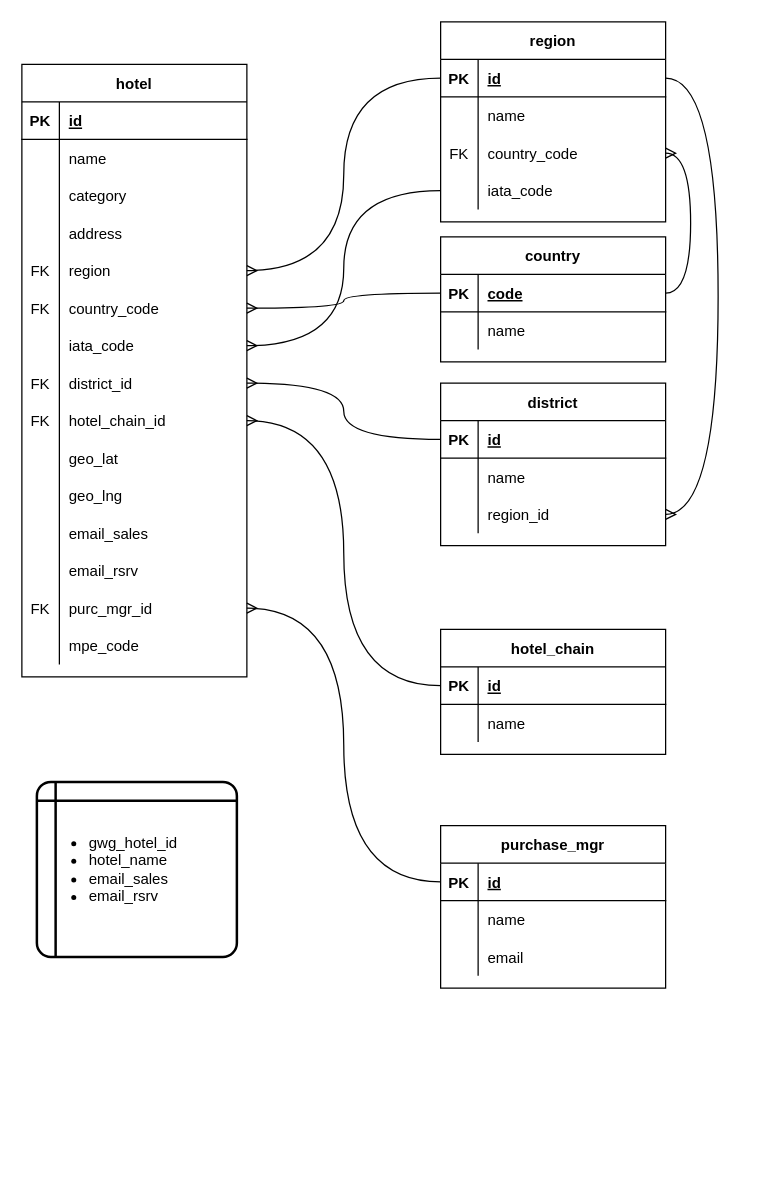
Earlier version of the draw.io diagram hotels_master_list.drawio (justivan/drawio-diagrams). Source tidied: cells renumbered, new cells numbered last; positions are measured from the earlier drawing's top-left corner, leaving out a move shared by most shapes. Both pictures are drawn from the tidied source at 125%, with x=0, y=0 at pixel (21, 21).
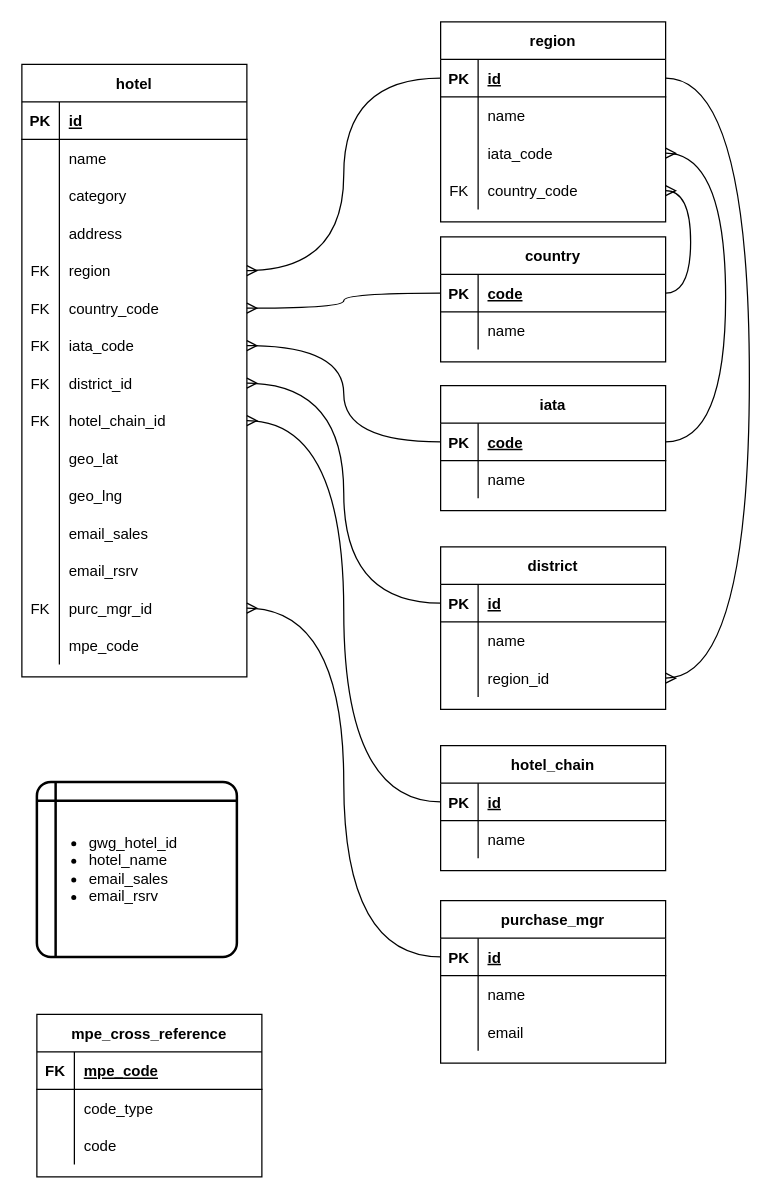
The same diagram, later.

The change refers to these unchanged cells:
```xml
<mxCell id="21" style="shape=tableRow;horizontal=0;startSize=0;swimlaneHead=0;swimlaneBody=0;fillColor=none;points=[[0,0.5],[1,0.5]];portConstraint=eastwest;top=0;left=0;right=0;bottom=0;" parent="2" vertex="1">
  <mxGeometry y="210" width="180" height="30" as="geometry" />
</mxCell>
<mxCell id="83" style="shape=tableRow;horizontal=0;startSize=0;swimlaneHead=0;swimlaneBody=0;fillColor=none;points=[[0,0.5],[1,0.5]];portConstraint=eastwest;top=0;left=0;right=0;bottom=0;" parent="76" vertex="1">
  <mxGeometry y="90" width="180" height="30" as="geometry" />
</mxCell>
<mxCell id="87" value="region" style="shape=table;startSize=30;childLayout=tableLayout;rowLines=0;fontStyle=1;align=center;" parent="1" vertex="1">
  <mxGeometry x="335" width="180" height="160" as="geometry" />
</mxCell>
<mxCell id="88" style="shape=tableRow;horizontal=0;startSize=0;swimlaneHead=0;swimlaneBody=0;fillColor=none;points=[[0,0.5],[1,0.5]];portConstraint=eastwest;top=0;left=0;right=0;bottom=1;" parent="87" vertex="1">
  <mxGeometry y="30" width="180" height="30" as="geometry" />
</mxCell>
```

Diff of the diagram source:
```diff
@@
-    <mxCell id="22" style="shape=partialRectangle;fillColor=none;top=0;left=0;bottom=0;right=0;overflow=hidden;" parent="21" vertex="1">
+    <mxCell id="22" value="FK" style="shape=partialRectangle;fillColor=none;top=0;left=0;bottom=0;right=0;overflow=hidden;" parent="21" vertex="1">
       <mxGeometry width="30" height="30" as="geometry" />
     </mxCell>
@@
     <mxCell id="57" value="purchase_mgr" style="shape=table;startSize=30;childLayout=tableLayout;rowLines=0;fontStyle=1;align=center;" parent="1" vertex="1">
-      <mxGeometry x="335" y="643" width="180" height="130" as="geometry" />
+      <mxGeometry x="335" y="703" width="180" height="130" as="geometry" />
     </mxCell>
@@
     <mxCell id="68" value="hotel_chain" style="shape=table;startSize=30;childLayout=tableLayout;rowLines=0;fontStyle=1;align=center;" parent="1" vertex="1">
-      <mxGeometry x="335" y="486" width="180" height="100" as="geometry" />
+      <mxGeometry x="335" y="579" width="180" height="100" as="geometry" />
     </mxCell>
@@
     <mxCell id="76" value="district" style="shape=table;startSize=30;childLayout=tableLayout;rowLines=0;fontStyle=1;align=center;" parent="1" vertex="1">
-      <mxGeometry x="335" y="289" width="180" height="130" as="geometry" />
+      <mxGeometry x="335" y="420" width="180" height="130" as="geometry" />
     </mxCell>
@@
+    <mxCell id="97" style="shape=tableRow;horizontal=0;startSize=0;swimlaneHead=0;swimlaneBody=0;fillColor=none;points=[[0,0.5],[1,0.5]];portConstraint=eastwest;top=0;left=0;right=0;bottom=0;" parent="87" vertex="1">
+      <mxGeometry y="90" width="180" height="30" as="geometry" />
+    </mxCell>
+    <mxCell id="98" style="shape=partialRectangle;fillColor=none;top=0;left=0;bottom=0;right=0;overflow=hidden;" parent="97" vertex="1">
+      <mxGeometry width="30" height="30" as="geometry" />
+    </mxCell>
+    <mxCell id="99" value="iata_code" style="shape=partialRectangle;fillColor=none;top=0;left=0;bottom=0;right=0;align=left;spacingLeft=6;overflow=hidden;" parent="97" vertex="1">
+      <mxGeometry x="30" width="150" height="30" as="geometry" />
+    </mxCell>
     <mxCell id="94" style="shape=tableRow;horizontal=0;startSize=0;swimlaneHead=0;swimlaneBody=0;fillColor=none;points=[[0,0.5],[1,0.5]];portConstraint=eastwest;top=0;left=0;right=0;bottom=0;" parent="87" vertex="1">
-      <mxGeometry y="90" width="180" height="30" as="geometry" />
+      <mxGeometry y="120" width="180" height="30" as="geometry" />
     </mxCell>
@@
-    <mxCell id="97" style="shape=tableRow;horizontal=0;startSize=0;swimlaneHead=0;swimlaneBody=0;fillColor=none;points=[[0,0.5],[1,0.5]];portConstraint=eastwest;top=0;left=0;right=0;bottom=0;" parent="87" vertex="1">
-      <mxGeometry y="120" width="180" height="30" as="geometry" />
-    </mxCell>
-    <mxCell id="98" style="shape=partialRectangle;fillColor=none;top=0;left=0;bottom=0;right=0;overflow=hidden;" parent="97" vertex="1">
-      <mxGeometry width="30" height="30" as="geometry" />
-    </mxCell>
-    <mxCell id="99" value="iata_code" style="shape=partialRectangle;fillColor=none;top=0;left=0;bottom=0;right=0;align=left;spacingLeft=6;overflow=hidden;" parent="97" vertex="1">
-      <mxGeometry x="30" width="150" height="30" as="geometry" />
-    </mxCell>
@@
     <mxCell id="103" style="edgeStyle=orthogonalEdgeStyle;curved=1;rounded=0;jettySize=auto;html=1;exitX=1;exitY=0.5;exitDx=0;exitDy=0;entryX=1;entryY=0.5;entryDx=0;entryDy=0;endArrow=ERmany;endFill=0;elbow=vertical;" parent="1" edge="1" source="88" target="83">
       <mxGeometry relative="1" as="geometry">
         <Array as="points">
-          <mxPoint x="557" y="45" />
-          <mxPoint x="557" y="394" />
+          <mxPoint x="582" y="45" />
+          <mxPoint x="582" y="525" />
         </Array>
       </mxGeometry>
     </mxCell>
-    <mxCell id="104" style="edgeStyle=orthogonalEdgeStyle;curved=1;rounded=0;jettySize=auto;html=1;exitX=0;exitY=0.5;exitDx=0;exitDy=0;entryX=1;entryY=0.5;entryDx=0;entryDy=0;endArrow=ERmany;endFill=0;elbow=vertical;" parent="1" edge="1" source="97" target="21">
+    <mxCell id="104" style="edgeStyle=orthogonalEdgeStyle;curved=1;rounded=0;jettySize=auto;html=1;exitX=0;exitY=0.5;exitDx=0;exitDy=0;entryX=1;entryY=0.5;entryDx=0;entryDy=0;endArrow=ERmany;endFill=0;elbow=vertical;" parent="1" edge="1" source="106" target="21">
       <mxGeometry relative="1" as="geometry" />
     </mxCell>
+    <mxCell id="105" value="iata" style="shape=table;startSize=30;childLayout=tableLayout;rowLines=0;fontStyle=1;align=center;" parent="1" vertex="1">
+      <mxGeometry x="335" y="291" width="180" height="100" as="geometry" />
+    </mxCell>
+    <mxCell id="106" style="shape=tableRow;horizontal=0;startSize=0;swimlaneHead=0;swimlaneBody=0;fillColor=none;points=[[0,0.5],[1,0.5]];portConstraint=eastwest;top=0;left=0;right=0;bottom=1;" parent="105" vertex="1">
+      <mxGeometry y="30" width="180" height="30" as="geometry" />
+    </mxCell>
+    <mxCell id="107" value="PK" style="shape=partialRectangle;fillColor=none;top=0;left=0;bottom=0;right=0;fontStyle=1;overflow=hidden;" parent="106" vertex="1">
+      <mxGeometry width="30" height="30" as="geometry" />
+    </mxCell>
+    <mxCell id="108" value="code" style="shape=partialRectangle;fillColor=none;top=0;left=0;bottom=0;right=0;align=left;spacingLeft=6;fontStyle=5;overflow=hidden;" parent="106" vertex="1">
+      <mxGeometry x="30" width="150" height="30" as="geometry" />
+    </mxCell>
+    <mxCell id="109" style="shape=tableRow;horizontal=0;startSize=0;swimlaneHead=0;swimlaneBody=0;fillColor=none;top=0;left=0;right=0;bottom=0;" parent="105" vertex="1">
+      <mxGeometry y="60" width="180" height="30" as="geometry" />
+    </mxCell>
+    <mxCell id="110" style="shape=partialRectangle;fillColor=none;top=0;left=0;bottom=0;right=0;overflow=hidden;" parent="109" vertex="1">
+      <mxGeometry width="30" height="30" as="geometry" />
+    </mxCell>
+    <mxCell id="111" value="name" style="shape=partialRectangle;fillColor=none;top=0;left=0;bottom=0;right=0;align=left;spacingLeft=6;overflow=hidden;" parent="109" vertex="1">
+      <mxGeometry x="30" width="150" height="30" as="geometry" />
+    </mxCell>
+    <mxCell id="112" style="edgeStyle=orthogonalEdgeStyle;rounded=0;jettySize=auto;html=1;exitX=1;exitY=0.5;exitDx=0;exitDy=0;entryX=1;entryY=0.5;entryDx=0;entryDy=0;endArrow=ERmany;endFill=0;curved=1;" parent="1" edge="1" source="106" target="97">
+      <mxGeometry relative="1" as="geometry">
+        <Array as="points">
+          <mxPoint x="563" y="336" />
+          <mxPoint x="563" y="105" />
+        </Array>
+      </mxGeometry>
+    </mxCell>
+    <mxCell id="113" value="mpe_cross_reference" style="shape=table;startSize=30;childLayout=tableLayout;rowLines=0;fontStyle=1;align=center;" parent="1" vertex="1">
+      <mxGeometry x="12" y="794" width="180" height="130" as="geometry" />
+    </mxCell>
+    <mxCell id="114" style="shape=tableRow;horizontal=0;startSize=0;swimlaneHead=0;swimlaneBody=0;fillColor=none;top=0;left=0;right=0;bottom=1;" parent="113" vertex="1">
+      <mxGeometry y="30" width="180" height="30" as="geometry" />
+    </mxCell>
+    <mxCell id="115" value="FK" style="shape=partialRectangle;fillColor=none;top=0;left=0;bottom=0;right=0;fontStyle=1;overflow=hidden;" parent="114" vertex="1">
+      <mxGeometry width="30" height="30" as="geometry" />
+    </mxCell>
+    <mxCell id="116" value="mpe_code" style="shape=partialRectangle;fillColor=none;top=0;left=0;bottom=0;right=0;align=left;spacingLeft=6;fontStyle=5;overflow=hidden;" parent="114" vertex="1">
+      <mxGeometry x="30" width="150" height="30" as="geometry" />
+    </mxCell>
+    <mxCell id="117" style="shape=tableRow;horizontal=0;startSize=0;swimlaneHead=0;swimlaneBody=0;fillColor=none;top=0;left=0;right=0;bottom=0;" parent="113" vertex="1">
+      <mxGeometry y="60" width="180" height="30" as="geometry" />
+    </mxCell>
+    <mxCell id="118" style="shape=partialRectangle;fillColor=none;top=0;left=0;bottom=0;right=0;overflow=hidden;" parent="117" vertex="1">
+      <mxGeometry width="30" height="30" as="geometry" />
+    </mxCell>
+    <mxCell id="119" value="code_type" style="shape=partialRectangle;fillColor=none;top=0;left=0;bottom=0;right=0;align=left;spacingLeft=6;overflow=hidden;" parent="117" vertex="1">
+      <mxGeometry x="30" width="150" height="30" as="geometry" />
+    </mxCell>
+    <mxCell id="120" style="shape=tableRow;horizontal=0;startSize=0;swimlaneHead=0;swimlaneBody=0;fillColor=none;top=0;left=0;right=0;bottom=0;" parent="113" vertex="1">
+      <mxGeometry y="90" width="180" height="30" as="geometry" />
+    </mxCell>
+    <mxCell id="121" style="shape=partialRectangle;fillColor=none;top=0;left=0;bottom=0;right=0;overflow=hidden;" parent="120" vertex="1">
+      <mxGeometry width="30" height="30" as="geometry" />
+    </mxCell>
+    <mxCell id="122" value="code" style="shape=partialRectangle;fillColor=none;top=0;left=0;bottom=0;right=0;align=left;spacingLeft=6;overflow=hidden;" parent="120" vertex="1">
+      <mxGeometry x="30" width="150" height="30" as="geometry" />
+    </mxCell>
```
